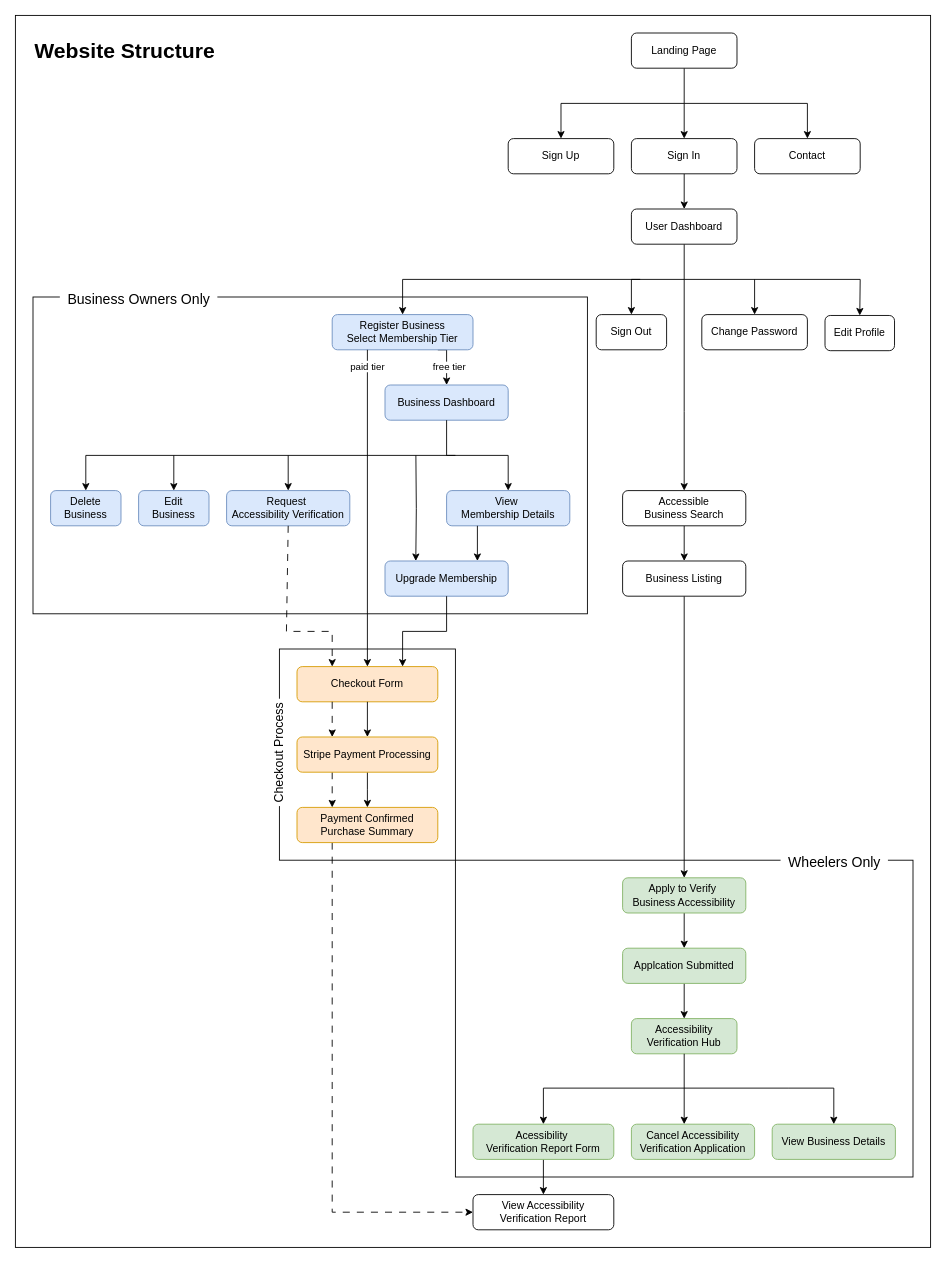
The draw.io diagram readme_files/website_structure.drawio in SonyaJane/mobility-mapper-business-portal, before the edit. Source tidied: cells renumbered, new cells numbered last; positions are measured from the earlier drawing's top-left corner, leaving out a move shared by most shapes. Both pictures are drawn from the tidied source at 88%, with x=0, y=0 at pixel (15, 15).
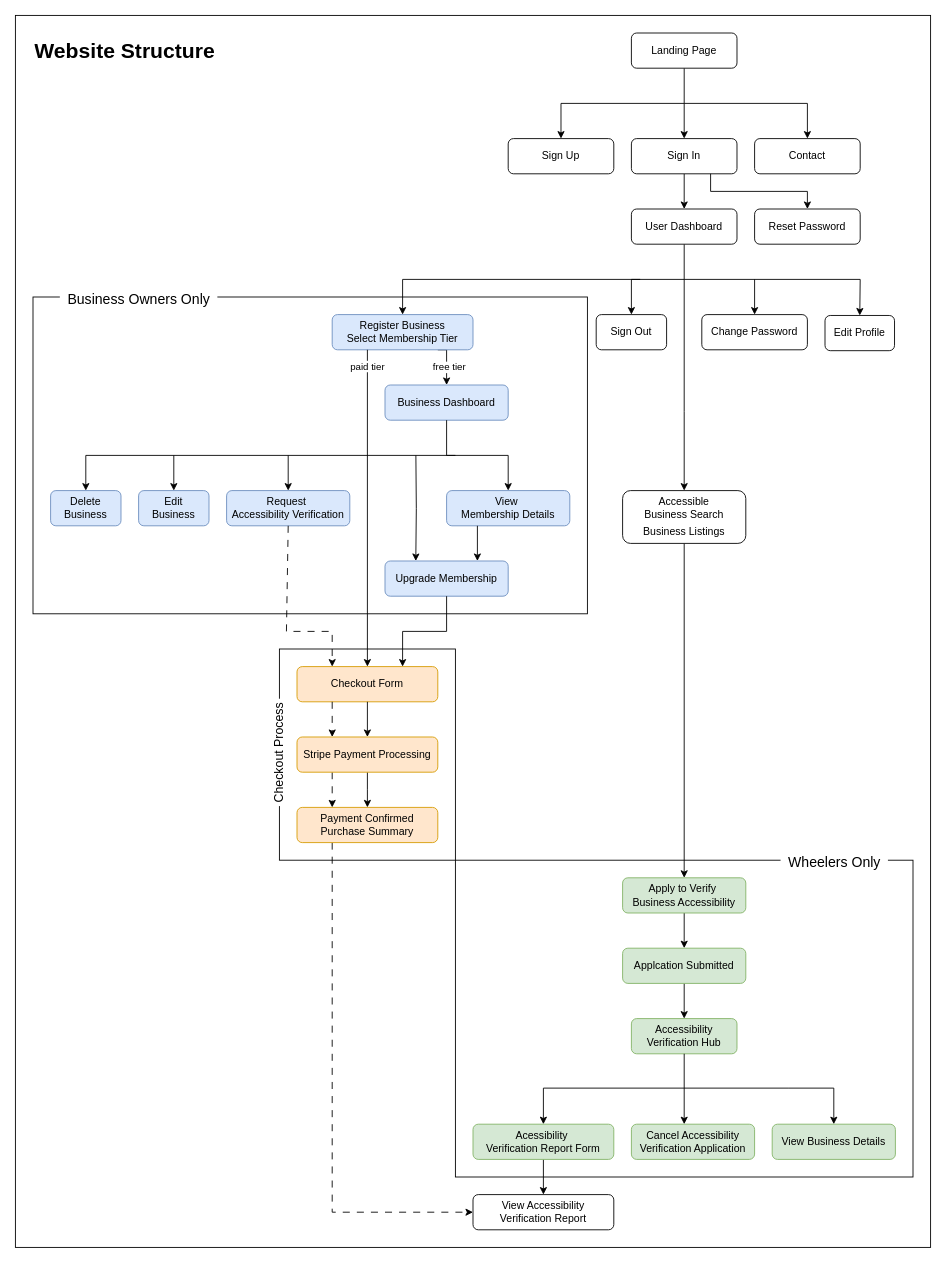
After the change.

Commit message (it also covers changes not shown here):
Add edited website_structure, and landing page finished product images to README

The change refers to these unchanged cells:
```xml
<mxCell id="9" value="Sign In" style="rounded=1;whiteSpace=wrap;html=1;" parent="1" vertex="1">
  <mxGeometry x="700" y="140" width="120" height="40" as="geometry" />
</mxCell>
<mxCell id="37" value="Apply to Verify&amp;nbsp;&lt;div&gt;Business Accessibility&lt;/div&gt;" style="rounded=1;whiteSpace=wrap;html=1;fillColor=#d5e8d4;strokeColor=#82b366;" parent="1" vertex="1">
  <mxGeometry x="690" y="980" width="140" height="40" as="geometry" />
</mxCell>
<mxCell id="39" value="Applcation&amp;nbsp;&lt;span style=&quot;background-color: transparent; color: light-dark(rgb(0, 0, 0), rgb(255, 255, 255));&quot;&gt;Submitted&lt;/span&gt;" style="rounded=1;whiteSpace=wrap;html=1;fillColor=#d5e8d4;strokeColor=#82b366;" parent="1" vertex="1">
  <mxGeometry x="690" y="1060" width="140" height="40" as="geometry" />
</mxCell>
```

Diff of the diagram source:
```diff
@@
+    <mxCell id="71" style="rounded=0;whiteSpace=wrap;html=1;fillColor=none;" parent="1" vertex="1">
+      <mxGeometry width="1040" height="1400" as="geometry" />
+    </mxCell>
@@
-    <mxCell id="32" style="edgeStyle=orthogonalEdgeStyle;rounded=0;jettySize=auto;html=1;" parent="1" edge="1" source="33" target="35">
-      <mxGeometry relative="1" as="geometry" />
-    </mxCell>
+    <mxCell id="36" style="edgeStyle=orthogonalEdgeStyle;rounded=0;jettySize=auto;html=1;" parent="1" edge="1" source="37" target="39">
+      <mxGeometry relative="1" as="geometry" />
+    </mxCell>
+    <mxCell id="73" style="edgeStyle=orthogonalEdgeStyle;rounded=0;jettySize=auto;html=1;exitX=0.5;exitY=1;exitDx=0;exitDy=0;entryX=0.5;entryY=0;entryDx=0;entryDy=0;" parent="1" edge="1" source="33" target="37">
+      <mxGeometry relative="1" as="geometry" />
+    </mxCell>
-    <mxCell id="33" value="Accessible&lt;div&gt;Business Search&lt;/div&gt;" style="rounded=1;whiteSpace=wrap;html=1;" parent="1" vertex="1">
-      <mxGeometry x="690" y="540" width="140" height="40" as="geometry" />
+    <mxCell id="33" value="Accessible&lt;div&gt;Business Search&lt;/div&gt;&lt;div style=&quot;padding-top: 5px;&quot;&gt;Business Listings&lt;/div&gt;" style="rounded=1;whiteSpace=wrap;html=1;" parent="1" vertex="1">
+      <mxGeometry x="690" y="540" width="140" height="60" as="geometry" />
     </mxCell>
-    <mxCell id="34" style="edgeStyle=orthogonalEdgeStyle;rounded=0;jettySize=auto;html=1;" parent="1" edge="1" source="35" target="37">
-      <mxGeometry relative="1" as="geometry" />
-    </mxCell>
-    <mxCell id="35" value="Business Listing" style="rounded=1;whiteSpace=wrap;html=1;" parent="1" vertex="1">
-      <mxGeometry x="690" y="620" width="140" height="40" as="geometry" />
-    </mxCell>
-    <mxCell id="36" style="edgeStyle=orthogonalEdgeStyle;rounded=0;jettySize=auto;html=1;" parent="1" edge="1" source="37" target="39">
-      <mxGeometry relative="1" as="geometry" />
-    </mxCell>
@@
-    <mxCell id="71" style="rounded=0;whiteSpace=wrap;html=1;fillColor=none;" parent="1" vertex="1">
-      <mxGeometry width="1040" height="1400" as="geometry" />
-    </mxCell>
@@
+    <mxCell id="74" style="edgeStyle=orthogonalEdgeStyle;rounded=0;jettySize=auto;html=1;exitX=0.75;exitY=1;exitDx=0;exitDy=0;entryX=0.5;entryY=0;entryDx=0;entryDy=0;" parent="1" edge="1" source="9" target="75">
+      <mxGeometry relative="1" as="geometry">
+        <Array as="points">
+          <mxPoint x="790" y="200" />
+          <mxPoint x="900" y="200" />
+        </Array>
+      </mxGeometry>
+    </mxCell>
+    <mxCell id="75" value="Reset Password" style="rounded=1;whiteSpace=wrap;html=1;" parent="1" vertex="1">
+      <mxGeometry x="840" y="220" width="120" height="40" as="geometry" />
+    </mxCell>
```
